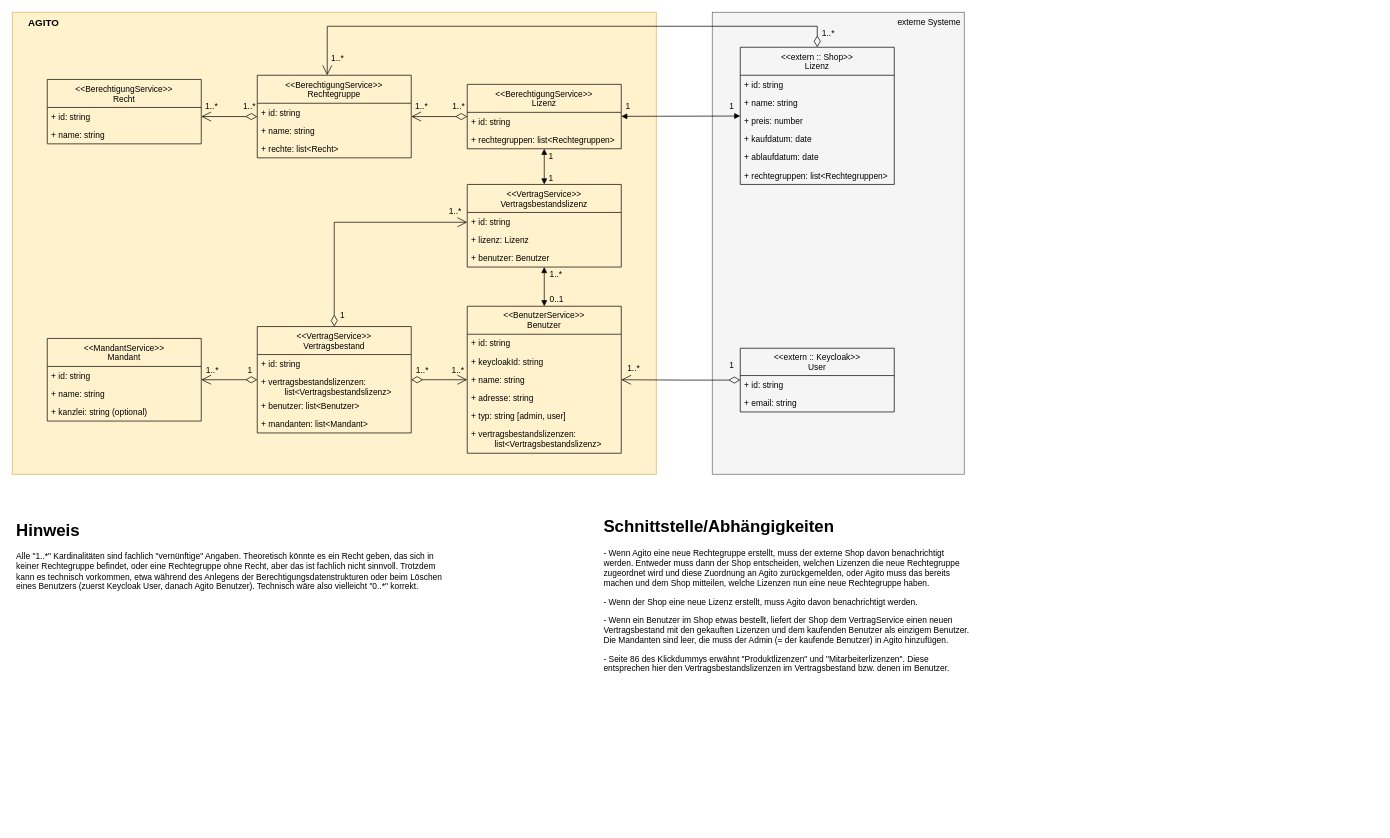
DirkPodolakEssquare/agenda keeps this draw.io diagram as page "Version2" (2 of 2) of architektur/Datenmodell.drawio. Above is the earlier version. Source tidied: cells renumbered, new cells numbered last; positions are measured from the earlier drawing's top-left corner, leaving out a move shared by most shapes. Both pictures are drawn from the tidied source at 70%, with x=0, y=0 at pixel (12, 12).
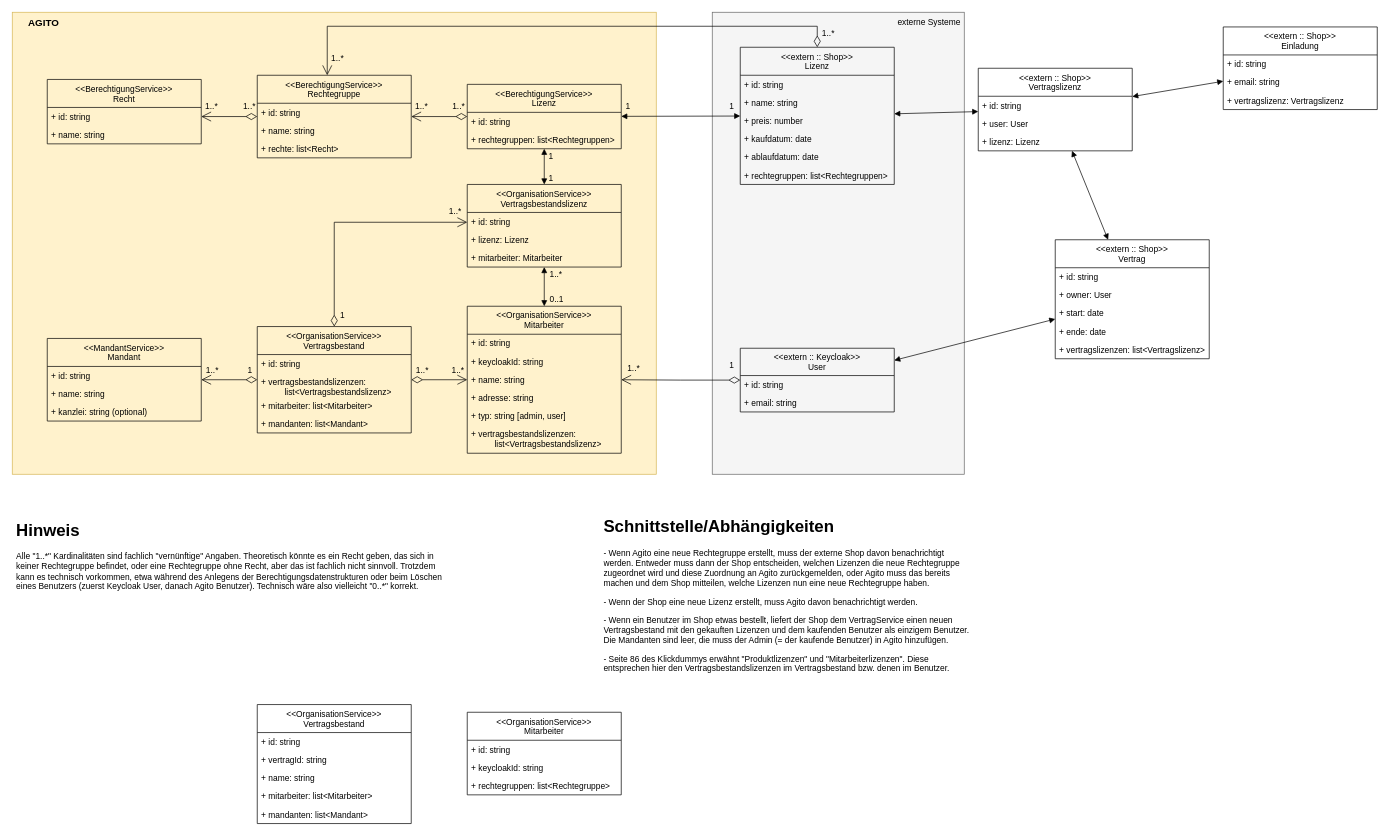
Above is the later version.

Commit message:
Update Datenmodell mit Tristans Sachen.drawio

Unchanged cells that the change refers to:
```xml
<mxCell id="4" value="&lt;&lt;extern :: Keycloak&gt;&gt;&#10;User" style="swimlane;fontStyle=0;horizontal=1;startSize=39;fillColor=none;" parent="1" vertex="1">
  <mxGeometry x="1040" y="480" width="220" height="91" as="geometry" />
</mxCell>
<mxCell id="31" value="&lt;&lt;extern :: Shop&gt;&gt;&#10;Lizenz" style="swimlane;fontStyle=0;horizontal=1;startSize=40;fillColor=none;" parent="1" vertex="1">
  <mxGeometry x="1040" y="50" width="220" height="196" as="geometry" />
</mxCell>
```

Change to the diagram source:
```diff
@@
-    <mxCell id="24" value="&lt;&lt;BenutzerService&gt;&gt;&#10;Benutzer" style="swimlane;fontStyle=0;horizontal=1;startSize=40;fillColor=none;" parent="1" vertex="1">
+    <mxCell id="24" value="&lt;&lt;OrganisationService&gt;&gt;&#10;Mitarbeiter" style="swimlane;fontStyle=0;horizontal=1;startSize=40;fillColor=none;" parent="1" vertex="1">
       <mxGeometry x="650" y="420" width="220" height="210" as="geometry" />
     </mxCell>
@@
-    <mxCell id="56" value="&lt;&lt;VertragService&gt;&gt;&#10;Vertragsbestand" style="swimlane;fontStyle=0;horizontal=1;startSize=40;fillColor=none;" parent="1" vertex="1">
+    <mxCell id="56" value="&lt;&lt;OrganisationService&gt;&gt;&#10;Vertragsbestand" style="swimlane;fontStyle=0;horizontal=1;startSize=40;fillColor=none;" parent="1" vertex="1">
       <mxGeometry x="350" y="449" width="220" height="152" as="geometry" />
     </mxCell>
@@
-    <mxCell id="59" value="+ benutzer: list&lt;Benutzer&gt;" style="text;strokeColor=none;fillColor=none;align=left;verticalAlign=top;spacingLeft=4;spacingRight=4;overflow=hidden;" parent="56" vertex="1">
+    <mxCell id="59" value="+ mitarbeiter: list&lt;Mitarbeiter&gt;" style="text;strokeColor=none;fillColor=none;align=left;verticalAlign=top;spacingLeft=4;spacingRight=4;overflow=hidden;" parent="56" vertex="1">
       <mxGeometry y="100" width="220" height="26" as="geometry" />
     </mxCell>
@@
-    <mxCell id="69" value="&lt;&lt;VertragService&gt;&gt;&#10;Vertragsbestandslizenz" style="swimlane;fontStyle=0;horizontal=1;startSize=40;fillColor=none;" parent="1" vertex="1">
+    <mxCell id="69" value="&lt;&lt;OrganisationService&gt;&gt;&#10;Vertragsbestandslizenz" style="swimlane;fontStyle=0;horizontal=1;startSize=40;fillColor=none;" parent="1" vertex="1">
       <mxGeometry x="650" y="246" width="220" height="118" as="geometry" />
     </mxCell>
@@
-    <mxCell id="72" value="+ benutzer: Benutzer" style="text;strokeColor=none;fillColor=none;align=left;verticalAlign=top;spacingLeft=4;spacingRight=4;overflow=hidden;" parent="69" vertex="1">
+    <mxCell id="72" value="+ mitarbeiter: Mitarbeiter" style="text;strokeColor=none;fillColor=none;align=left;verticalAlign=top;spacingLeft=4;spacingRight=4;overflow=hidden;" parent="69" vertex="1">
       <mxGeometry y="92" width="220" height="26" as="geometry" />
     </mxCell>
@@
+    <mxCell id="79" value="&lt;&lt;extern :: Shop&gt;&gt;&#10;Vertrag" style="swimlane;fontStyle=0;horizontal=1;startSize=40;fillColor=none;" parent="1" vertex="1">
+      <mxGeometry x="1490" y="325" width="220" height="170" as="geometry" />
+    </mxCell>
+    <mxCell id="80" value="+ id: string" style="text;strokeColor=none;fillColor=none;align=left;verticalAlign=top;spacingLeft=4;spacingRight=4;overflow=hidden;" parent="79" vertex="1">
+      <mxGeometry y="40" width="220" height="26" as="geometry" />
+    </mxCell>
+    <mxCell id="81" value="+ owner: User" style="text;strokeColor=none;fillColor=none;align=left;verticalAlign=top;spacingLeft=4;spacingRight=4;overflow=hidden;" parent="79" vertex="1">
+      <mxGeometry y="66" width="220" height="26" as="geometry" />
+    </mxCell>
+    <mxCell id="82" value="+ start: date" style="text;strokeColor=none;fillColor=none;align=left;verticalAlign=top;spacingLeft=4;spacingRight=4;overflow=hidden;" parent="79" vertex="1">
+      <mxGeometry y="92" width="220" height="26" as="geometry" />
+    </mxCell>
+    <mxCell id="83" value="+ ende: date" style="text;strokeColor=none;fillColor=none;align=left;verticalAlign=top;spacingLeft=4;spacingRight=4;overflow=hidden;" parent="79" vertex="1">
+      <mxGeometry y="118" width="220" height="26" as="geometry" />
+    </mxCell>
+    <mxCell id="84" value="+ vertragslizenzen: list&lt;Vertragslizenz&gt;" style="text;strokeColor=none;fillColor=none;align=left;verticalAlign=top;spacingLeft=4;spacingRight=4;overflow=hidden;" parent="79" vertex="1">
+      <mxGeometry y="144" width="220" height="26" as="geometry" />
+    </mxCell>
+    <mxCell id="85" style="endArrow=block;startArrow=block;endFill=1;startFill=1;html=1;rounded=0;" parent="1" edge="1" source="4" target="79">
+      <mxGeometry relative="1" as="geometry" />
+    </mxCell>
+    <mxCell id="86" style="endArrow=block;startArrow=block;endFill=1;startFill=1;html=1;rounded=0;" parent="1" edge="1" source="87" target="79">
+      <mxGeometry relative="1" as="geometry" />
+    </mxCell>
+    <mxCell id="87" value="&lt;&lt;extern :: Shop&gt;&gt;&#10;Vertragslizenz" style="swimlane;fontStyle=0;horizontal=1;startSize=40;fillColor=none;" parent="1" vertex="1">
+      <mxGeometry x="1380" y="80" width="220" height="118" as="geometry" />
+    </mxCell>
+    <mxCell id="88" value="+ id: string" style="text;strokeColor=none;fillColor=none;align=left;verticalAlign=top;spacingLeft=4;spacingRight=4;overflow=hidden;" parent="87" vertex="1">
+      <mxGeometry y="40" width="220" height="26" as="geometry" />
+    </mxCell>
+    <mxCell id="89" value="+ user: User" style="text;strokeColor=none;fillColor=none;align=left;verticalAlign=top;spacingLeft=4;spacingRight=4;overflow=hidden;" parent="87" vertex="1">
+      <mxGeometry y="66" width="220" height="26" as="geometry" />
+    </mxCell>
+    <mxCell id="90" value="+ lizenz: Lizenz" style="text;strokeColor=none;fillColor=none;align=left;verticalAlign=top;spacingLeft=4;spacingRight=4;overflow=hidden;" parent="87" vertex="1">
+      <mxGeometry y="92" width="220" height="26" as="geometry" />
+    </mxCell>
+    <mxCell id="91" style="endArrow=block;startArrow=block;endFill=1;startFill=1;html=1;rounded=0;" parent="1" edge="1" source="31" target="87">
+      <mxGeometry relative="1" as="geometry" />
+    </mxCell>
+    <mxCell id="92" value="&lt;&lt;OrganisationService&gt;&gt;&#10;Vertragsbestand" style="swimlane;fontStyle=0;horizontal=1;startSize=40;fillColor=none;" parent="1" vertex="1">
+      <mxGeometry x="350" y="989" width="220" height="170" as="geometry" />
+    </mxCell>
+    <mxCell id="93" value="+ id: string" style="text;strokeColor=none;fillColor=none;align=left;verticalAlign=top;spacingLeft=4;spacingRight=4;overflow=hidden;" parent="92" vertex="1">
+      <mxGeometry y="40" width="220" height="26" as="geometry" />
+    </mxCell>
+    <mxCell id="94" value="+ vertragId: string" style="text;strokeColor=none;fillColor=none;align=left;verticalAlign=top;spacingLeft=4;spacingRight=4;overflow=hidden;" parent="92" vertex="1">
+      <mxGeometry y="66" width="220" height="26" as="geometry" />
+    </mxCell>
+    <mxCell id="95" value="+ name: string" style="text;strokeColor=none;fillColor=none;align=left;verticalAlign=top;spacingLeft=4;spacingRight=4;overflow=hidden;" parent="92" vertex="1">
+      <mxGeometry y="92" width="220" height="26" as="geometry" />
+    </mxCell>
+    <mxCell id="96" value="+ mitarbeiter: list&lt;Mitarbeiter&gt;" style="text;strokeColor=none;fillColor=none;align=left;verticalAlign=top;spacingLeft=4;spacingRight=4;overflow=hidden;" parent="92" vertex="1">
+      <mxGeometry y="118" width="220" height="26" as="geometry" />
+    </mxCell>
+    <mxCell id="97" value="+ mandanten: list&lt;Mandant&gt;" style="text;strokeColor=none;fillColor=none;align=left;verticalAlign=top;spacingLeft=4;spacingRight=4;overflow=hidden;" parent="92" vertex="1">
+      <mxGeometry y="144" width="220" height="26" as="geometry" />
+    </mxCell>
+    <mxCell id="98" value="&lt;&lt;OrganisationService&gt;&gt;&#10;Mitarbeiter" style="swimlane;fontStyle=0;horizontal=1;startSize=40;fillColor=none;" parent="1" vertex="1">
+      <mxGeometry x="650" y="1000" width="220" height="118" as="geometry" />
+    </mxCell>
+    <mxCell id="99" value="+ id: string" style="text;strokeColor=none;fillColor=none;align=left;verticalAlign=top;spacingLeft=4;spacingRight=4;overflow=hidden;" parent="98" vertex="1">
+      <mxGeometry y="40" width="220" height="26" as="geometry" />
+    </mxCell>
+    <mxCell id="100" value="+ keycloakId: string" style="text;strokeColor=none;fillColor=none;align=left;verticalAlign=top;spacingLeft=4;spacingRight=4;overflow=hidden;" parent="98" vertex="1">
+      <mxGeometry y="66" width="220" height="26" as="geometry" />
+    </mxCell>
+    <mxCell id="101" value="+ rechtegruppen: list&lt;Rechtegruppe&gt;" style="text;strokeColor=none;fillColor=none;align=left;verticalAlign=top;spacingLeft=4;spacingRight=4;overflow=hidden;" parent="98" vertex="1">
+      <mxGeometry y="92" width="220" height="26" as="geometry" />
+    </mxCell>
+    <mxCell id="102" value="&lt;&lt;extern :: Shop&gt;&gt;&#10;Einladung" style="swimlane;fontStyle=0;horizontal=1;startSize=40;fillColor=none;" parent="1" vertex="1">
+      <mxGeometry x="1730" y="21" width="220" height="118" as="geometry" />
+    </mxCell>
+    <mxCell id="103" value="+ id: string" style="text;strokeColor=none;fillColor=none;align=left;verticalAlign=top;spacingLeft=4;spacingRight=4;overflow=hidden;" parent="102" vertex="1">
+      <mxGeometry y="40" width="220" height="26" as="geometry" />
+    </mxCell>
+    <mxCell id="104" value="+ email: string" style="text;strokeColor=none;fillColor=none;align=left;verticalAlign=top;spacingLeft=4;spacingRight=4;overflow=hidden;" parent="102" vertex="1">
+      <mxGeometry y="66" width="220" height="26" as="geometry" />
+    </mxCell>
+    <mxCell id="105" value="+ vertragslizenz: Vertragslizenz" style="text;strokeColor=none;fillColor=none;align=left;verticalAlign=top;spacingLeft=4;spacingRight=4;overflow=hidden;" parent="102" vertex="1">
+      <mxGeometry y="92" width="220" height="26" as="geometry" />
+    </mxCell>
+    <mxCell id="106" style="endArrow=block;startArrow=block;endFill=1;startFill=1;html=1;rounded=0;" parent="1" edge="1" source="102" target="87">
+      <mxGeometry relative="1" as="geometry" />
+    </mxCell>
```
